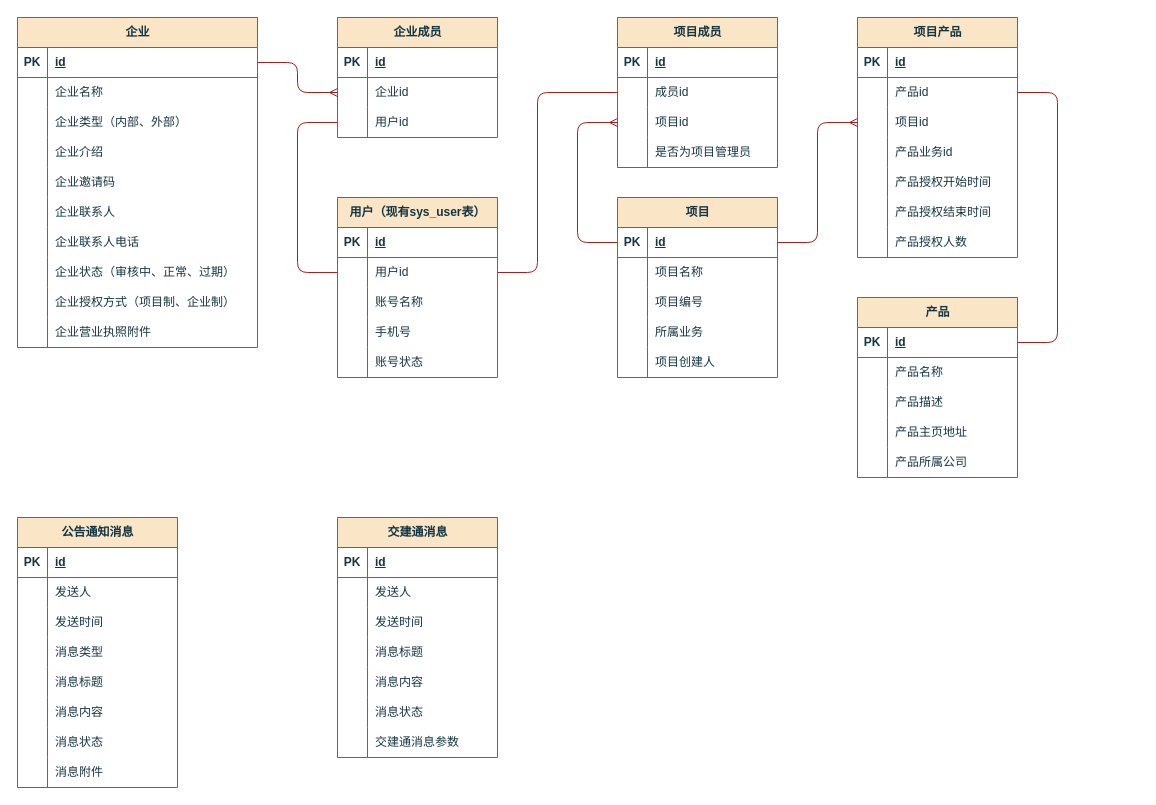
Earlier version of the draw.io diagram page "E-R图" (1 of 3) of others/产品中心.drawio (Qunz/drawio). Source tidied: cells renumbered, new cells numbered last; positions are measured from the earlier drawing's top-left corner, leaving out a move shared by most shapes. Both pictures are drawn from the tidied source at 100%, with x=0, y=0 at pixel (17, 17).
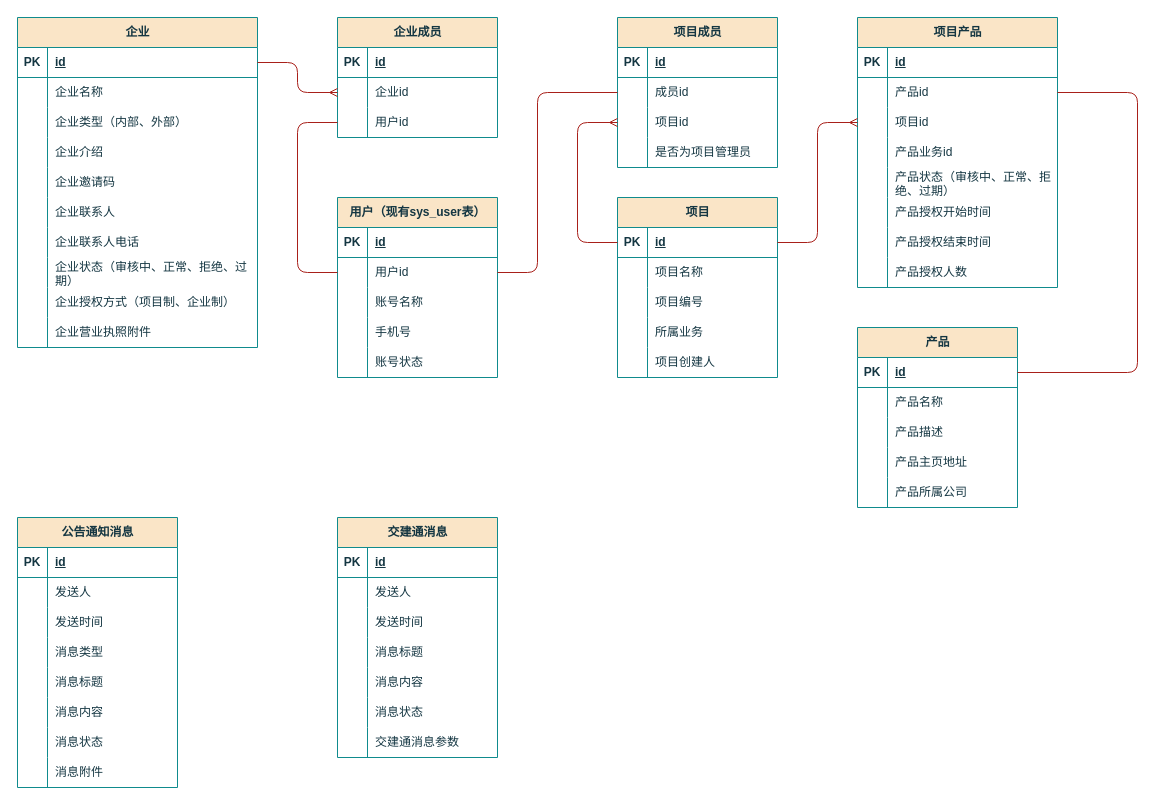
After the change.

Commit message (it also covers changes not shown here):
更新产品中心.drawio

The change refers to these unchanged cells:
```xml
<mxCell id="24" style="shape=tableRow;horizontal=0;startSize=0;swimlaneHead=0;swimlaneBody=0;fillColor=none;top=0;left=0;right=0;bottom=0;labelBackgroundColor=none;strokeColor=#0F8B8D;fontColor=#143642;" parent="2" vertex="1">
  <mxGeometry y="240" width="240" height="30" as="geometry" />
</mxCell>
<mxCell id="123" style="shape=tableRow;horizontal=0;startSize=0;swimlaneHead=0;swimlaneBody=0;fillColor=none;points=[[0,0.5],[1,0.5]];portConstraint=eastwest;top=0;left=0;right=0;bottom=1;labelBackgroundColor=none;strokeColor=#0F8B8D;fontColor=#143642;" parent="122" vertex="1">
  <mxGeometry y="30" width="160" height="30" as="geometry" />
</mxCell>
```

What changed in the source:
```diff
@@
-    <mxCell id="26" value="企业状态（审核中、正常、过期）" style="shape=partialRectangle;fillColor=none;top=0;left=0;bottom=0;right=0;align=left;spacingLeft=6;overflow=hidden;whiteSpace=wrap;html=1;labelBackgroundColor=none;strokeColor=#0F8B8D;fontColor=#143642;" parent="24" vertex="1">
+    <mxCell id="26" value="企业状态（审核中、正常、拒绝、过期）" style="shape=partialRectangle;fillColor=none;top=0;left=0;bottom=0;right=0;align=left;spacingLeft=6;overflow=hidden;whiteSpace=wrap;html=1;labelBackgroundColor=none;strokeColor=#0F8B8D;fontColor=#143642;" parent="24" vertex="1">
       <mxGeometry x="30" width="210" height="30" as="geometry" />
     </mxCell>
@@
     <mxCell id="62" value="项目产品" style="shape=table;startSize=30;childLayout=tableLayout;rowLines=0;fontStyle=1;align=center;html=1;labelBackgroundColor=none;fillColor=#FAE5C7;strokeColor=#0F8B8D;fontColor=#143642;" parent="1" vertex="1">
-      <mxGeometry x="840" width="160" height="240" as="geometry" />
+      <mxGeometry x="840" width="200" height="270" as="geometry" />
     </mxCell>
     <mxCell id="63" style="shape=tableRow;horizontal=0;startSize=0;swimlaneHead=0;swimlaneBody=0;fillColor=none;top=0;left=0;right=0;bottom=1;labelBackgroundColor=none;strokeColor=#0F8B8D;fontColor=#143642;" parent="62" vertex="1">
-      <mxGeometry y="30" width="160" height="30" as="geometry" />
+      <mxGeometry y="30" width="200" height="30" as="geometry" />
     </mxCell>
@@
     <mxCell id="65" value="id" style="shape=partialRectangle;fillColor=none;top=0;left=0;bottom=0;right=0;align=left;spacingLeft=6;fontStyle=5;overflow=hidden;whiteSpace=wrap;html=1;labelBackgroundColor=none;strokeColor=#0F8B8D;fontColor=#143642;" parent="63" vertex="1">
-      <mxGeometry x="30" width="130" height="30" as="geometry" />
+      <mxGeometry x="30" width="170" height="30" as="geometry" />
     </mxCell>
     <mxCell id="66" style="shape=tableRow;horizontal=0;startSize=0;swimlaneHead=0;swimlaneBody=0;fillColor=none;points=[[0,0.5],[1,0.5]];portConstraint=eastwest;top=0;left=0;right=0;bottom=0;labelBackgroundColor=none;strokeColor=#0F8B8D;fontColor=#143642;" parent="62" vertex="1">
-      <mxGeometry y="60" width="160" height="30" as="geometry" />
+      <mxGeometry y="60" width="200" height="30" as="geometry" />
     </mxCell>
@@
     <mxCell id="68" value="产品id" style="shape=partialRectangle;fillColor=none;top=0;left=0;bottom=0;right=0;align=left;spacingLeft=6;overflow=hidden;whiteSpace=wrap;html=1;labelBackgroundColor=none;strokeColor=#0F8B8D;fontColor=#143642;" parent="66" vertex="1">
-      <mxGeometry x="30" width="130" height="30" as="geometry" />
+      <mxGeometry x="30" width="170" height="30" as="geometry" />
     </mxCell>
     <mxCell id="69" style="shape=tableRow;horizontal=0;startSize=0;swimlaneHead=0;swimlaneBody=0;fillColor=none;points=[[0,0.5],[1,0.5]];portConstraint=eastwest;top=0;left=0;right=0;bottom=0;labelBackgroundColor=none;strokeColor=#0F8B8D;fontColor=#143642;" parent="62" vertex="1">
-      <mxGeometry y="90" width="160" height="30" as="geometry" />
+      <mxGeometry y="90" width="200" height="30" as="geometry" />
     </mxCell>
@@
     <mxCell id="71" value="项目id" style="shape=partialRectangle;fillColor=none;top=0;left=0;bottom=0;right=0;align=left;spacingLeft=6;overflow=hidden;whiteSpace=wrap;html=1;labelBackgroundColor=none;strokeColor=#0F8B8D;fontColor=#143642;" parent="69" vertex="1">
-      <mxGeometry x="30" width="130" height="30" as="geometry" />
+      <mxGeometry x="30" width="170" height="30" as="geometry" />
     </mxCell>
     <mxCell id="72" style="shape=tableRow;horizontal=0;startSize=0;swimlaneHead=0;swimlaneBody=0;fillColor=none;top=0;left=0;right=0;bottom=0;labelBackgroundColor=none;strokeColor=#0F8B8D;fontColor=#143642;" parent="62" vertex="1">
-      <mxGeometry y="120" width="160" height="30" as="geometry" />
+      <mxGeometry y="120" width="200" height="30" as="geometry" />
     </mxCell>
@@
     <mxCell id="74" value="产品业务id" style="shape=partialRectangle;fillColor=none;top=0;left=0;bottom=0;right=0;align=left;spacingLeft=6;overflow=hidden;whiteSpace=wrap;html=1;labelBackgroundColor=none;strokeColor=#0F8B8D;fontColor=#143642;" parent="72" vertex="1">
-      <mxGeometry x="30" width="130" height="30" as="geometry" />
+      <mxGeometry x="30" width="170" height="30" as="geometry" />
     </mxCell>
+    <mxCell id="179" style="shape=tableRow;horizontal=0;startSize=0;swimlaneHead=0;swimlaneBody=0;fillColor=none;top=0;left=0;right=0;bottom=0;labelBackgroundColor=none;strokeColor=#0F8B8D;fontColor=#143642;" parent="62" vertex="1">
+      <mxGeometry y="150" width="200" height="30" as="geometry" />
+    </mxCell>
+    <mxCell id="180" style="shape=partialRectangle;fillColor=none;top=0;left=0;bottom=0;right=0;overflow=hidden;whiteSpace=wrap;html=1;labelBackgroundColor=none;strokeColor=#0F8B8D;fontColor=#143642;" parent="179" vertex="1">
+      <mxGeometry width="30" height="30" as="geometry" />
+    </mxCell>
+    <mxCell id="181" value="产品状态（审核中、正常、拒绝、过期）" style="shape=partialRectangle;fillColor=none;top=0;left=0;bottom=0;right=0;align=left;spacingLeft=6;overflow=hidden;whiteSpace=wrap;html=1;labelBackgroundColor=none;strokeColor=#0F8B8D;fontColor=#143642;" parent="179" vertex="1">
+      <mxGeometry x="30" width="170" height="30" as="geometry" />
+    </mxCell>
     <mxCell id="75" style="shape=tableRow;horizontal=0;startSize=0;swimlaneHead=0;swimlaneBody=0;fillColor=none;top=0;left=0;right=0;bottom=0;labelBackgroundColor=none;strokeColor=#0F8B8D;fontColor=#143642;" parent="62" vertex="1">
-      <mxGeometry y="150" width="160" height="30" as="geometry" />
+      <mxGeometry y="180" width="200" height="30" as="geometry" />
     </mxCell>
@@
     <mxCell id="77" value="产品授权开始时间" style="shape=partialRectangle;fillColor=none;top=0;left=0;bottom=0;right=0;align=left;spacingLeft=6;overflow=hidden;whiteSpace=wrap;html=1;labelBackgroundColor=none;strokeColor=#0F8B8D;fontColor=#143642;" parent="75" vertex="1">
-      <mxGeometry x="30" width="130" height="30" as="geometry" />
+      <mxGeometry x="30" width="170" height="30" as="geometry" />
     </mxCell>
     <mxCell id="78" style="shape=tableRow;horizontal=0;startSize=0;swimlaneHead=0;swimlaneBody=0;fillColor=none;top=0;left=0;right=0;bottom=0;labelBackgroundColor=none;strokeColor=#0F8B8D;fontColor=#143642;" parent="62" vertex="1">
-      <mxGeometry y="180" width="160" height="30" as="geometry" />
+      <mxGeometry y="210" width="200" height="30" as="geometry" />
     </mxCell>
@@
     <mxCell id="80" value="产品授权结束时间" style="shape=partialRectangle;fillColor=none;top=0;left=0;bottom=0;right=0;align=left;spacingLeft=6;overflow=hidden;whiteSpace=wrap;html=1;labelBackgroundColor=none;strokeColor=#0F8B8D;fontColor=#143642;" parent="78" vertex="1">
-      <mxGeometry x="30" width="130" height="30" as="geometry" />
+      <mxGeometry x="30" width="170" height="30" as="geometry" />
     </mxCell>
     <mxCell id="81" style="shape=tableRow;horizontal=0;startSize=0;swimlaneHead=0;swimlaneBody=0;fillColor=none;top=0;left=0;right=0;bottom=0;labelBackgroundColor=none;strokeColor=#0F8B8D;fontColor=#143642;" parent="62" vertex="1">
-      <mxGeometry y="210" width="160" height="30" as="geometry" />
+      <mxGeometry y="240" width="200" height="30" as="geometry" />
     </mxCell>
@@
     <mxCell id="83" value="产品授权人数" style="shape=partialRectangle;fillColor=none;top=0;left=0;bottom=0;right=0;align=left;spacingLeft=6;overflow=hidden;whiteSpace=wrap;html=1;labelBackgroundColor=none;strokeColor=#0F8B8D;fontColor=#143642;" parent="81" vertex="1">
-      <mxGeometry x="30" width="130" height="30" as="geometry" />
+      <mxGeometry x="30" width="170" height="30" as="geometry" />
     </mxCell>
@@
     <mxCell id="122" value="产品" style="shape=table;startSize=30;childLayout=tableLayout;rowLines=0;fontStyle=1;align=center;html=1;labelBackgroundColor=none;fillColor=#FAE5C7;strokeColor=#0F8B8D;fontColor=#143642;" parent="1" vertex="1">
-      <mxGeometry x="840" y="280" width="160" height="180" as="geometry" />
+      <mxGeometry x="840" y="310" width="160" height="180" as="geometry" />
     </mxCell>
@@
     <mxCell id="138" style="edgeStyle=orthogonalEdgeStyle;rounded=1;jettySize=auto;html=1;endArrow=none;endFill=0;curved=0;labelBackgroundColor=none;strokeColor=#A8201A;fontColor=default;exitX=1;exitY=0.5;exitDx=0;exitDy=0;entryX=1;entryY=0.5;entryDx=0;entryDy=0;" parent="1" edge="1" source="66" target="123">
       <mxGeometry relative="1" as="geometry">
         <Array as="points">
-          <mxPoint x="1040" y="75" />
-          <mxPoint x="1040" y="325" />
+          <mxPoint x="1120" y="75" />
+          <mxPoint x="1120" y="355" />
         </Array>
       </mxGeometry>
     </mxCell>
```
